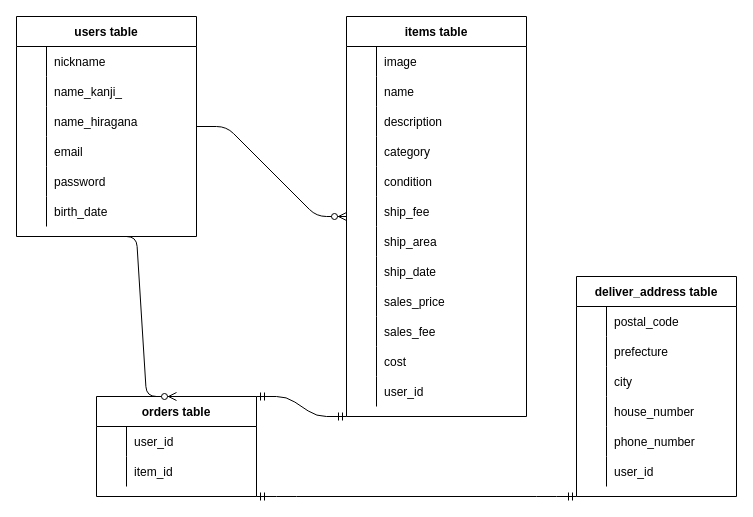
The draw.io diagram furima.dio in yhoriguchi29/furima-34954, before the edit. Source tidied: cells renumbered, new cells numbered last; positions are measured from the earlier drawing's top-left corner, leaving out a move shared by most shapes. Both pictures are drawn from the tidied source at 100%, with x=0, y=0 at pixel (16, 16).
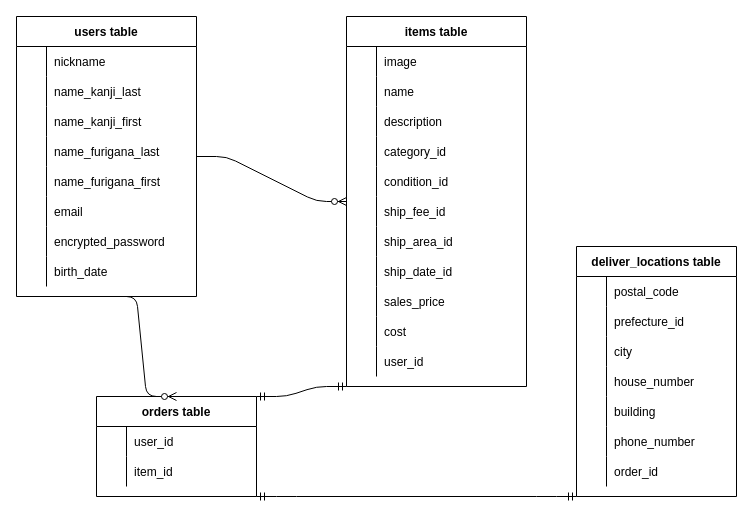
Above is the later version.

Commit message (it also covers changes not shown here):
データベース設計３

The change refers to these unchanged cells:
```xml
<mxCell id="19" style="shape=partialRectangle;fillColor=none;top=0;left=0;bottom=0;right=0;" parent="9" vertex="1">
  <mxGeometry y="120" width="180" height="30" as="geometry" />
</mxCell>
<mxCell id="22" style="shape=partialRectangle;fillColor=none;top=0;left=0;bottom=0;right=0;" parent="9" vertex="1">
  <mxGeometry y="150" width="180" height="30" as="geometry" />
</mxCell>
<mxCell id="25" style="shape=partialRectangle;fillColor=none;top=0;left=0;bottom=0;right=0;" parent="9" vertex="1">
  <mxGeometry y="180" width="180" height="30" as="geometry" />
</mxCell>
<mxCell id="28" style="shape=partialRectangle;fillColor=none;top=0;left=0;bottom=0;right=0;" parent="9" vertex="1">
  <mxGeometry y="210" width="180" height="30" as="geometry" />
</mxCell>
<mxCell id="31" style="shape=partialRectangle;fillColor=none;top=0;left=0;bottom=0;right=0;" parent="9" vertex="1">
  <mxGeometry y="240" width="180" height="30" as="geometry" />
</mxCell>
<mxCell id="50" style="shape=partialRectangle;fillColor=none;top=0;left=0;bottom=0;right=0;" parent="46" vertex="1">
  <mxGeometry y="60" width="180" height="30" as="geometry" />
</mxCell>
<mxCell id="69" style="shape=partialRectangle;fillColor=none;top=0;left=0;bottom=0;right=0;" parent="65" vertex="1">
  <mxGeometry y="60" width="160" height="30" as="geometry" />
</mxCell>
```

Change to the diagram source:
```diff
@@
     <mxCell id="9" value="items table" style="shape=table;startSize=30;childLayout=tableLayout;rowLines=0;fontStyle=1;align=center;" parent="1" vertex="1">
-      <mxGeometry x="330" width="180" height="400" as="geometry" />
+      <mxGeometry x="330" width="180" height="370" as="geometry" />
     </mxCell>
@@
-    <mxCell id="21" value="category" style="shape=partialRectangle;fillColor=none;top=0;left=0;bottom=0;right=0;align=left;spacingLeft=6;overflow=hidden;" parent="19" vertex="1">
+    <mxCell id="21" value="category_id" style="shape=partialRectangle;fillColor=none;top=0;left=0;bottom=0;right=0;align=left;spacingLeft=6;overflow=hidden;" parent="19" vertex="1">
       <mxGeometry x="30" width="150" height="30" as="geometry" />
     </mxCell>
@@
-    <mxCell id="24" value="condition" style="shape=partialRectangle;fillColor=none;top=0;left=0;bottom=0;right=0;align=left;spacingLeft=6;overflow=hidden;" parent="22" vertex="1">
+    <mxCell id="24" value="condition_id" style="shape=partialRectangle;fillColor=none;top=0;left=0;bottom=0;right=0;align=left;spacingLeft=6;overflow=hidden;" parent="22" vertex="1">
       <mxGeometry x="30" width="150" height="30" as="geometry" />
     </mxCell>
@@
-    <mxCell id="27" value="ship_fee" style="shape=partialRectangle;fillColor=none;top=0;left=0;bottom=0;right=0;align=left;spacingLeft=6;overflow=hidden;" parent="25" vertex="1">
+    <mxCell id="27" value="ship_fee_id" style="shape=partialRectangle;fillColor=none;top=0;left=0;bottom=0;right=0;align=left;spacingLeft=6;overflow=hidden;" parent="25" vertex="1">
       <mxGeometry x="30" width="150" height="30" as="geometry" />
     </mxCell>
@@
-    <mxCell id="30" value="ship_area" style="shape=partialRectangle;fillColor=none;top=0;left=0;bottom=0;right=0;align=left;spacingLeft=6;overflow=hidden;" parent="28" vertex="1">
+    <mxCell id="30" value="ship_area_id" style="shape=partialRectangle;fillColor=none;top=0;left=0;bottom=0;right=0;align=left;spacingLeft=6;overflow=hidden;" parent="28" vertex="1">
       <mxGeometry x="30" width="150" height="30" as="geometry" />
     </mxCell>
@@
-    <mxCell id="33" value="ship_date" style="shape=partialRectangle;fillColor=none;top=0;left=0;bottom=0;right=0;align=left;spacingLeft=6;overflow=hidden;" parent="31" vertex="1">
+    <mxCell id="33" value="ship_date_id" style="shape=partialRectangle;fillColor=none;top=0;left=0;bottom=0;right=0;align=left;spacingLeft=6;overflow=hidden;" parent="31" vertex="1">
       <mxGeometry x="30" width="150" height="30" as="geometry" />
     </mxCell>
@@
-    <mxCell id="37" style="shape=partialRectangle;fillColor=none;top=0;left=0;bottom=0;right=0;" parent="9" vertex="1">
-      <mxGeometry y="300" width="180" height="30" as="geometry" />
-    </mxCell>
-    <mxCell id="38" style="shape=partialRectangle;fillColor=none;top=0;left=0;bottom=0;right=0;overflow=hidden;" parent="37" vertex="1">
-      <mxGeometry width="30" height="30" as="geometry" />
-    </mxCell>
-    <mxCell id="39" value="sales_fee" style="shape=partialRectangle;fillColor=none;top=0;left=0;bottom=0;right=0;align=left;spacingLeft=6;overflow=hidden;" parent="37" vertex="1">
-      <mxGeometry x="30" width="150" height="30" as="geometry" />
-    </mxCell>
     <mxCell id="40" style="shape=partialRectangle;fillColor=none;top=0;left=0;bottom=0;right=0;" parent="9" vertex="1">
-      <mxGeometry y="330" width="180" height="30" as="geometry" />
+      <mxGeometry y="300" width="180" height="30" as="geometry" />
     </mxCell>
@@
     <mxCell id="43" style="shape=partialRectangle;fillColor=none;top=0;left=0;bottom=0;right=0;" parent="9" vertex="1">
-      <mxGeometry y="360" width="180" height="30" as="geometry" />
+      <mxGeometry y="330" width="180" height="30" as="geometry" />
     </mxCell>
@@
     <mxCell id="46" value="users table" style="shape=table;startSize=30;childLayout=tableLayout;rowLines=0;fontStyle=1;align=center;" parent="1" vertex="1">
-      <mxGeometry width="180" height="220" as="geometry" />
+      <mxGeometry width="180" height="280" as="geometry" />
     </mxCell>
@@
-    <mxCell id="52" value="name_kanji_" style="shape=partialRectangle;fillColor=none;top=0;left=0;bottom=0;right=0;align=left;spacingLeft=6;overflow=hidden;" parent="50" vertex="1">
+    <mxCell id="52" value="name_kanji_last" style="shape=partialRectangle;fillColor=none;top=0;left=0;bottom=0;right=0;align=left;spacingLeft=6;overflow=hidden;" parent="50" vertex="1">
       <mxGeometry x="30" width="150" height="30" as="geometry" />
     </mxCell>
+    <mxCell id="88" style="shape=partialRectangle;fillColor=none;top=0;left=0;bottom=0;right=0;" parent="46" vertex="1">
+      <mxGeometry y="90" width="180" height="30" as="geometry" />
+    </mxCell>
+    <mxCell id="89" style="shape=partialRectangle;fillColor=none;top=0;left=0;bottom=0;right=0;overflow=hidden;" parent="88" vertex="1">
+      <mxGeometry width="30" height="30" as="geometry" />
+    </mxCell>
+    <mxCell id="90" value="name_kanji_first" style="shape=partialRectangle;fillColor=none;top=0;left=0;bottom=0;right=0;align=left;spacingLeft=6;overflow=hidden;" parent="88" vertex="1">
+      <mxGeometry x="30" width="150" height="30" as="geometry" />
+    </mxCell>
     <mxCell id="53" style="shape=partialRectangle;fillColor=none;top=0;left=0;bottom=0;right=0;" parent="46" vertex="1">
-      <mxGeometry y="90" width="180" height="30" as="geometry" />
+      <mxGeometry y="120" width="180" height="30" as="geometry" />
     </mxCell>
@@
-    <mxCell id="55" value="name_hiragana" style="shape=partialRectangle;fillColor=none;top=0;left=0;bottom=0;right=0;align=left;spacingLeft=6;overflow=hidden;" parent="53" vertex="1">
+    <mxCell id="55" value="name_furigana_last" style="shape=partialRectangle;fillColor=none;top=0;left=0;bottom=0;right=0;align=left;spacingLeft=6;overflow=hidden;" parent="53" vertex="1">
       <mxGeometry x="30" width="150" height="30" as="geometry" />
     </mxCell>
+    <mxCell id="91" style="shape=partialRectangle;fillColor=none;top=0;left=0;bottom=0;right=0;" parent="46" vertex="1">
+      <mxGeometry y="150" width="180" height="30" as="geometry" />
+    </mxCell>
+    <mxCell id="92" style="shape=partialRectangle;fillColor=none;top=0;left=0;bottom=0;right=0;overflow=hidden;" parent="91" vertex="1">
+      <mxGeometry width="30" height="30" as="geometry" />
+    </mxCell>
+    <mxCell id="93" value="name_furigana_first" style="shape=partialRectangle;fillColor=none;top=0;left=0;bottom=0;right=0;align=left;spacingLeft=6;overflow=hidden;" parent="91" vertex="1">
+      <mxGeometry x="30" width="150" height="30" as="geometry" />
+    </mxCell>
     <mxCell id="56" style="shape=partialRectangle;fillColor=none;top=0;left=0;bottom=0;right=0;" parent="46" vertex="1">
-      <mxGeometry y="120" width="180" height="30" as="geometry" />
+      <mxGeometry y="180" width="180" height="30" as="geometry" />
     </mxCell>
@@
     <mxCell id="59" style="shape=partialRectangle;fillColor=none;top=0;left=0;bottom=0;right=0;" parent="46" vertex="1">
-      <mxGeometry y="150" width="180" height="30" as="geometry" />
+      <mxGeometry y="210" width="180" height="30" as="geometry" />
     </mxCell>
@@
-    <mxCell id="61" value="password" style="shape=partialRectangle;fillColor=none;top=0;left=0;bottom=0;right=0;align=left;spacingLeft=6;overflow=hidden;" parent="59" vertex="1">
+    <mxCell id="61" value="encrypted_password" style="shape=partialRectangle;fillColor=none;top=0;left=0;bottom=0;right=0;align=left;spacingLeft=6;overflow=hidden;" parent="59" vertex="1">
       <mxGeometry x="30" width="150" height="30" as="geometry" />
     </mxCell>
     <mxCell id="62" style="shape=partialRectangle;fillColor=none;top=0;left=0;bottom=0;right=0;" parent="46" vertex="1">
-      <mxGeometry y="180" width="180" height="30" as="geometry" />
+      <mxGeometry y="240" width="180" height="30" as="geometry" />
     </mxCell>
@@
-    <mxCell id="65" value="deliver_address table" style="shape=table;startSize=30;childLayout=tableLayout;rowLines=0;fontStyle=1;align=center;" parent="1" vertex="1">
-      <mxGeometry x="560" y="260" width="160" height="220" as="geometry" />
+    <mxCell id="65" value="deliver_locations table" style="shape=table;startSize=30;childLayout=tableLayout;rowLines=0;fontStyle=1;align=center;" parent="1" vertex="1">
+      <mxGeometry x="560" y="230" width="160" height="250" as="geometry" />
     </mxCell>
@@
-    <mxCell id="71" value="prefecture" style="shape=partialRectangle;fillColor=none;top=0;left=0;bottom=0;right=0;align=left;spacingLeft=6;overflow=hidden;" parent="69" vertex="1">
+    <mxCell id="71" value="prefecture_id" style="shape=partialRectangle;fillColor=none;top=0;left=0;bottom=0;right=0;align=left;spacingLeft=6;overflow=hidden;" parent="69" vertex="1">
       <mxGeometry x="30" width="130" height="30" as="geometry" />
     </mxCell>
@@
+    <mxCell id="94" style="shape=partialRectangle;fillColor=none;top=0;left=0;bottom=0;right=0;" parent="65" vertex="1">
+      <mxGeometry y="150" width="160" height="30" as="geometry" />
+    </mxCell>
+    <mxCell id="95" style="shape=partialRectangle;fillColor=none;top=0;left=0;bottom=0;right=0;overflow=hidden;" parent="94" vertex="1">
+      <mxGeometry width="30" height="30" as="geometry" />
+    </mxCell>
+    <mxCell id="96" value="building" style="shape=partialRectangle;fillColor=none;top=0;left=0;bottom=0;right=0;align=left;spacingLeft=6;overflow=hidden;" parent="94" vertex="1">
+      <mxGeometry x="30" width="130" height="30" as="geometry" />
+    </mxCell>
     <mxCell id="78" style="shape=partialRectangle;fillColor=none;top=0;left=0;bottom=0;right=0;" parent="65" vertex="1">
-      <mxGeometry y="150" width="160" height="30" as="geometry" />
+      <mxGeometry y="180" width="160" height="30" as="geometry" />
     </mxCell>
@@
     <mxCell id="81" style="shape=partialRectangle;fillColor=none;top=0;left=0;bottom=0;right=0;" parent="65" vertex="1">
-      <mxGeometry y="180" width="160" height="30" as="geometry" />
+      <mxGeometry y="210" width="160" height="30" as="geometry" />
     </mxCell>
@@
-    <mxCell id="83" value="user_id" style="shape=partialRectangle;fillColor=none;top=0;left=0;bottom=0;right=0;align=left;spacingLeft=6;overflow=hidden;" parent="81" vertex="1">
+    <mxCell id="83" value="order_id" style="shape=partialRectangle;fillColor=none;top=0;left=0;bottom=0;right=0;align=left;spacingLeft=6;overflow=hidden;" parent="81" vertex="1">
       <mxGeometry x="30" width="130" height="30" as="geometry" />
     </mxCell>
```
